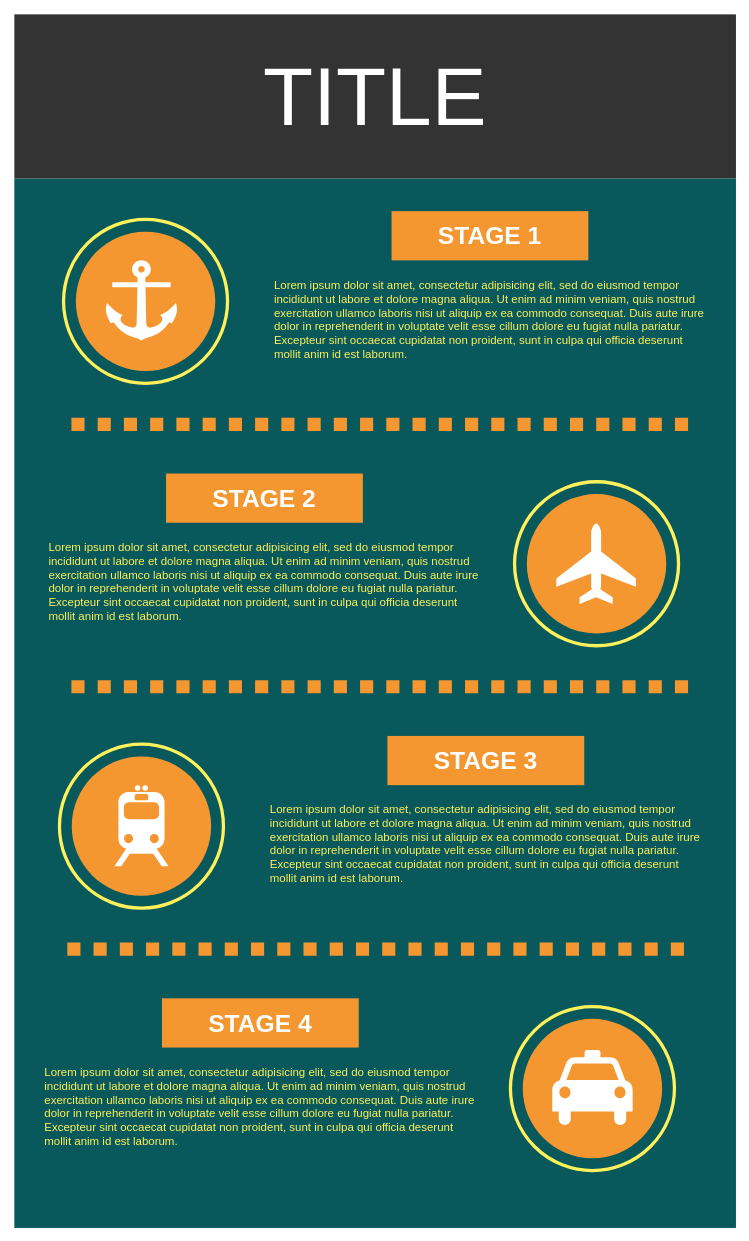
Before: Untitled Diagram.drawio in Geezt435/DrawIO, a draw.io diagram. Source tidied: cells renumbered, new cells numbered last; positions are measured from the earlier drawing's top-left corner, leaving out a move shared by most shapes. Both pictures are drawn from the tidied source at 82%, with x=0, y=0 at pixel (14, 14).
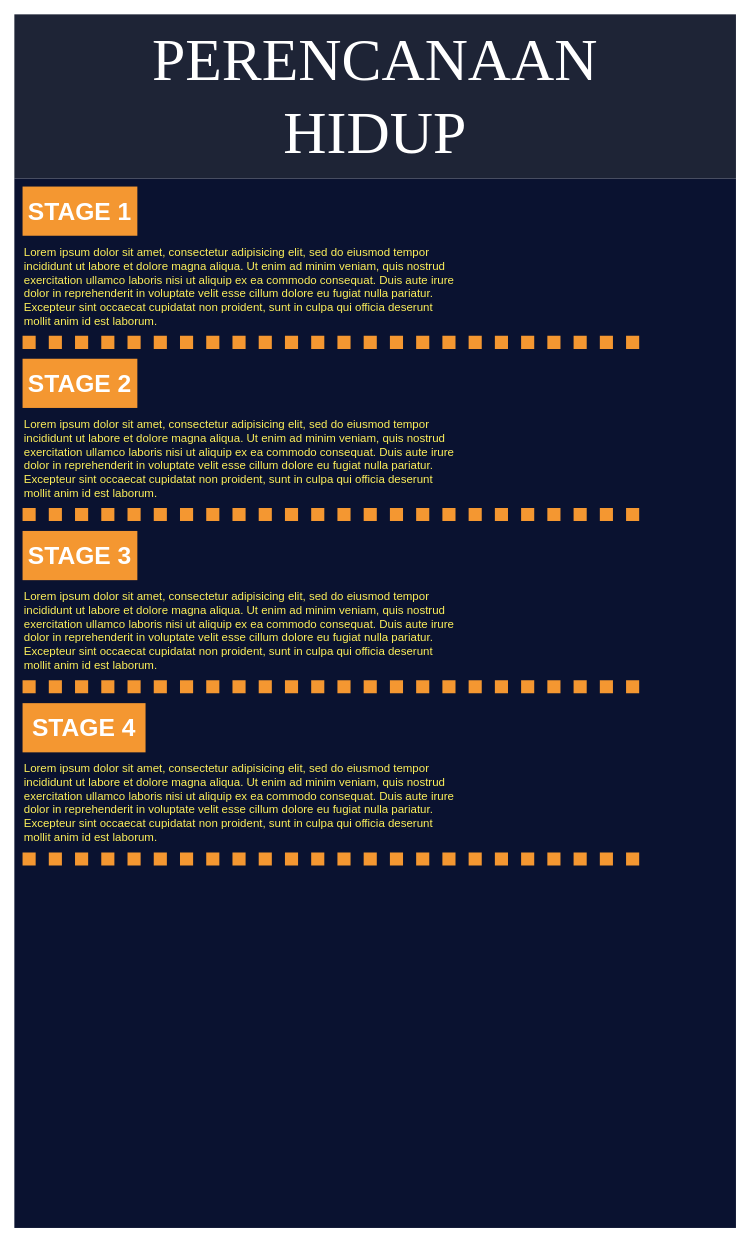
Above is the later version.

Diff of the diagram source:
```diff
@@
-    <mxCell id="2" style="whiteSpace=wrap;html=1;rounded=0;shadow=0;dashed=0;strokeColor=none;strokeWidth=4;fillColor=#08585C;gradientColor=none;fontFamily=Helvetica;fontSize=100;fontColor=#FFFFFF;align=center;" parent="1" vertex="1">
+    <mxCell id="2" style="whiteSpace=wrap;html=1;rounded=0;shadow=0;dashed=0;strokeColor=none;strokeWidth=4;fillColor=#0A1230;gradientColor=none;fontFamily=Helvetica;fontSize=100;fontColor=#FFFFFF;align=center;" parent="1" vertex="1">
       <mxGeometry y="200" width="880" height="1280" as="geometry" />
     </mxCell>
-    <mxCell id="3" value="TITLE" style="whiteSpace=wrap;html=1;rounded=0;shadow=0;dashed=0;strokeColor=none;strokeWidth=4;fillColor=#333333;gradientColor=none;fontFamily=Helvetica;fontSize=100;fontColor=#FFFFFF;align=center;" parent="1" vertex="1">
+    <mxCell id="3" value="PERENCANAAN&lt;br style=&quot;font-size: 73px;&quot;&gt;HIDUP" style="whiteSpace=wrap;html=1;rounded=0;shadow=0;dashed=0;strokeColor=none;strokeWidth=4;fillColor=#1E2436;gradientColor=none;fontFamily=Times New Roman;fontSize=73;fontColor=#FFFFFF;align=center;fontStyle=0;labelBackgroundColor=none;labelBorderColor=none;" parent="1" vertex="1">
       <mxGeometry width="880" height="200" as="geometry" />
     </mxCell>
-    <mxCell id="4" style="ellipse;whiteSpace=wrap;html=1;rounded=0;shadow=0;dashed=0;strokeColor=#FEF15B;strokeWidth=4;fillColor=none;gradientColor=none;fontFamily=Helvetica;fontSize=100;fontColor=#FFFFFF;align=center;" parent="1" vertex="1">
-      <mxGeometry x="60" y="250" width="200" height="200" as="geometry" />
-    </mxCell>
-    <mxCell id="5" style="ellipse;whiteSpace=wrap;html=1;rounded=0;shadow=0;dashed=0;strokeColor=none;strokeWidth=4;fillColor=#F49731;gradientColor=none;fontFamily=Helvetica;fontSize=100;fontColor=#FFFFFF;align=center;" parent="1" vertex="1">
-      <mxGeometry x="75" y="265" width="170" height="170" as="geometry" />
-    </mxCell>
     <mxCell id="6" style="endArrow=none;html=1;dashed=1;dashPattern=1 1;labelBackgroundColor=none;strokeColor=#F49731;fontFamily=Helvetica;fontSize=100;fontColor=#FFFFFF;strokeWidth=16;" parent="1" edge="1">
       <mxGeometry relative="1" as="geometry">
-        <mxPoint x="69.6" y="500" as="sourcePoint" />
-        <mxPoint x="829" y="500" as="targetPoint" />
+        <mxPoint x="10" y="400" as="sourcePoint" />
+        <mxPoint x="769.4" y="400" as="targetPoint" />
       </mxGeometry>
     </mxCell>
     <mxCell id="7" value="STAGE 1" style="whiteSpace=wrap;html=1;rounded=0;shadow=0;dashed=0;strokeColor=none;strokeWidth=4;fillColor=#F49731;gradientColor=none;fontFamily=Helvetica;fontSize=30;fontColor=#FFFFFF;align=center;fontStyle=1;" parent="1" vertex="1">
-      <mxGeometry x="460" y="240" width="240" height="60" as="geometry" />
+      <mxGeometry x="10" y="210" width="140" height="60" as="geometry" />
     </mxCell>
     <mxCell id="8" value="Lorem ipsum dolor sit amet, consectetur adipisicing elit, sed do eiusmod tempor incididunt ut labore et dolore magna aliqua. Ut enim ad minim veniam, quis nostrud exercitation ullamco laboris nisi ut aliquip ex ea commodo consequat. Duis aute irure dolor in reprehenderit in voluptate velit esse cillum dolore eu fugiat nulla pariatur. Excepteur sint occaecat cupidatat non proident, sunt in culpa qui officia deserunt mollit anim id est laborum." style="text;spacingTop=-5;fillColor=#ffffff;whiteSpace=wrap;html=1;align=left;fontSize=14;fontFamily=Helvetica;fillColor=none;strokeColor=none;rounded=0;shadow=0;dashed=0;fontColor=#FEF15B;" parent="1" vertex="1">
-      <mxGeometry x="315" y="320" width="535" height="130" as="geometry" />
+      <mxGeometry x="10" y="280" width="535" height="130" as="geometry" />
     </mxCell>
-    <mxCell id="9" style="ellipse;whiteSpace=wrap;html=1;rounded=0;shadow=0;dashed=0;strokeColor=#FEF15B;strokeWidth=4;fillColor=none;gradientColor=none;fontFamily=Helvetica;fontSize=100;fontColor=#FFFFFF;align=center;" parent="1" vertex="1">
-      <mxGeometry x="610" y="570" width="200" height="200" as="geometry" />
-    </mxCell>
-    <mxCell id="10" style="ellipse;whiteSpace=wrap;html=1;rounded=0;shadow=0;dashed=0;strokeColor=none;strokeWidth=4;fillColor=#F49731;gradientColor=none;fontFamily=Helvetica;fontSize=100;fontColor=#FFFFFF;align=center;" parent="1" vertex="1">
-      <mxGeometry x="625" y="585" width="170" height="170" as="geometry" />
-    </mxCell>
     <mxCell id="11" style="endArrow=none;html=1;dashed=1;dashPattern=1 1;labelBackgroundColor=none;strokeColor=#F49731;fontFamily=Helvetica;fontSize=100;fontColor=#FFFFFF;strokeWidth=16;" parent="1" edge="1">
       <mxGeometry relative="1" as="geometry">
-        <mxPoint x="69.6" y="820" as="sourcePoint" />
-        <mxPoint x="829" y="820" as="targetPoint" />
+        <mxPoint x="10" y="610" as="sourcePoint" />
+        <mxPoint x="769.4" y="610" as="targetPoint" />
       </mxGeometry>
     </mxCell>
     <mxCell id="12" value="STAGE 2" style="whiteSpace=wrap;html=1;rounded=0;shadow=0;dashed=0;strokeColor=none;strokeWidth=4;fillColor=#F49731;gradientColor=none;fontFamily=Helvetica;fontSize=30;fontColor=#FFFFFF;align=center;fontStyle=1;" parent="1" vertex="1">
-      <mxGeometry x="185" y="560" width="240" height="60" as="geometry" />
+      <mxGeometry x="10" y="420" width="140" height="60" as="geometry" />
     </mxCell>
     <mxCell id="13" value="Lorem ipsum dolor sit amet, consectetur adipisicing elit, sed do eiusmod tempor incididunt ut labore et dolore magna aliqua. Ut enim ad minim veniam, quis nostrud exercitation ullamco laboris nisi ut aliquip ex ea commodo consequat. Duis aute irure dolor in reprehenderit in voluptate velit esse cillum dolore eu fugiat nulla pariatur. Excepteur sint occaecat cupidatat non proident, sunt in culpa qui officia deserunt mollit anim id est laborum." style="text;spacingTop=-5;fillColor=#ffffff;whiteSpace=wrap;html=1;align=left;fontSize=14;fontFamily=Helvetica;fillColor=none;strokeColor=none;rounded=0;shadow=0;dashed=0;fontColor=#FEF15B;" parent="1" vertex="1">
-      <mxGeometry x="40" y="640" width="535" height="130" as="geometry" />
+      <mxGeometry x="10" y="490" width="535" height="130" as="geometry" />
     </mxCell>
-    <mxCell id="14" style="ellipse;whiteSpace=wrap;html=1;rounded=0;shadow=0;dashed=0;strokeColor=#FEF15B;strokeWidth=4;fillColor=none;gradientColor=none;fontFamily=Helvetica;fontSize=100;fontColor=#FFFFFF;align=center;" parent="1" vertex="1">
-      <mxGeometry x="55" y="890" width="200" height="200" as="geometry" />
-    </mxCell>
-    <mxCell id="15" style="ellipse;whiteSpace=wrap;html=1;rounded=0;shadow=0;dashed=0;strokeColor=none;strokeWidth=4;fillColor=#F49731;gradientColor=none;fontFamily=Helvetica;fontSize=100;fontColor=#FFFFFF;align=center;" parent="1" vertex="1">
-      <mxGeometry x="70" y="905" width="170" height="170" as="geometry" />
-    </mxCell>
     <mxCell id="16" style="endArrow=none;html=1;dashed=1;dashPattern=1 1;labelBackgroundColor=none;strokeColor=#F49731;fontFamily=Helvetica;fontSize=100;fontColor=#FFFFFF;strokeWidth=16;" parent="1" edge="1">
       <mxGeometry relative="1" as="geometry">
-        <mxPoint x="64.6" y="1140" as="sourcePoint" />
-        <mxPoint x="824" y="1140" as="targetPoint" />
+        <mxPoint x="10" y="820" as="sourcePoint" />
+        <mxPoint x="769.4" y="820" as="targetPoint" />
       </mxGeometry>
     </mxCell>
     <mxCell id="17" value="STAGE 3" style="whiteSpace=wrap;html=1;rounded=0;shadow=0;dashed=0;strokeColor=none;strokeWidth=4;fillColor=#F49731;gradientColor=none;fontFamily=Helvetica;fontSize=30;fontColor=#FFFFFF;align=center;fontStyle=1;" parent="1" vertex="1">
-      <mxGeometry x="455" y="880" width="240" height="60" as="geometry" />
+      <mxGeometry x="10" y="630" width="140" height="60" as="geometry" />
     </mxCell>
     <mxCell id="18" value="Lorem ipsum dolor sit amet, consectetur adipisicing elit, sed do eiusmod tempor incididunt ut labore et dolore magna aliqua. Ut enim ad minim veniam, quis nostrud exercitation ullamco laboris nisi ut aliquip ex ea commodo consequat. Duis aute irure dolor in reprehenderit in voluptate velit esse cillum dolore eu fugiat nulla pariatur. Excepteur sint occaecat cupidatat non proident, sunt in culpa qui officia deserunt mollit anim id est laborum." style="text;spacingTop=-5;fillColor=#ffffff;whiteSpace=wrap;html=1;align=left;fontSize=14;fontFamily=Helvetica;fillColor=none;strokeColor=none;rounded=0;shadow=0;dashed=0;fontColor=#FEF15B;" parent="1" vertex="1">
-      <mxGeometry x="310" y="960" width="535" height="130" as="geometry" />
+      <mxGeometry x="10" y="700" width="535" height="130" as="geometry" />
     </mxCell>
-    <mxCell id="19" style="ellipse;whiteSpace=wrap;html=1;rounded=0;shadow=0;dashed=0;strokeColor=#FEF15B;strokeWidth=4;fillColor=none;gradientColor=none;fontFamily=Helvetica;fontSize=100;fontColor=#FFFFFF;align=center;" parent="1" vertex="1">
-      <mxGeometry x="605" y="1210" width="200" height="200" as="geometry" />
-    </mxCell>
-    <mxCell id="20" style="ellipse;whiteSpace=wrap;html=1;rounded=0;shadow=0;dashed=0;strokeColor=none;strokeWidth=4;fillColor=#F49731;gradientColor=none;fontFamily=Helvetica;fontSize=100;fontColor=#FFFFFF;align=center;" parent="1" vertex="1">
-      <mxGeometry x="620" y="1225" width="170" height="170" as="geometry" />
-    </mxCell>
     <mxCell id="21" value="STAGE 4" style="whiteSpace=wrap;html=1;rounded=0;shadow=0;dashed=0;strokeColor=none;strokeWidth=4;fillColor=#F49731;gradientColor=none;fontFamily=Helvetica;fontSize=30;fontColor=#FFFFFF;align=center;fontStyle=1;" parent="1" vertex="1">
-      <mxGeometry x="180" y="1200" width="240" height="60" as="geometry" />
+      <mxGeometry x="10" y="840" width="150" height="60" as="geometry" />
     </mxCell>
     <mxCell id="22" value="Lorem ipsum dolor sit amet, consectetur adipisicing elit, sed do eiusmod tempor incididunt ut labore et dolore magna aliqua. Ut enim ad minim veniam, quis nostrud exercitation ullamco laboris nisi ut aliquip ex ea commodo consequat. Duis aute irure dolor in reprehenderit in voluptate velit esse cillum dolore eu fugiat nulla pariatur. Excepteur sint occaecat cupidatat non proident, sunt in culpa qui officia deserunt mollit anim id est laborum." style="text;spacingTop=-5;fillColor=#ffffff;whiteSpace=wrap;html=1;align=left;fontSize=14;fontFamily=Helvetica;fillColor=none;strokeColor=none;rounded=0;shadow=0;dashed=0;fontColor=#FEF15B;" parent="1" vertex="1">
-      <mxGeometry x="35" y="1280" width="535" height="130" as="geometry" />
+      <mxGeometry x="10" y="910" width="535" height="130" as="geometry" />
     </mxCell>
-    <mxCell id="23" style="shape=mxgraph.signs.transportation.anchor_2;html=1;fillColor=#FFFFFF;strokeColor=none;verticalLabelPosition=bottom;verticalAlign=top;align=center;rounded=0;shadow=0;dashed=0;fontFamily=Helvetica;fontSize=14;fontColor=#FEF15B;" parent="1" vertex="1">
-      <mxGeometry x="108" y="300" width="94" height="98" as="geometry" />
-    </mxCell>
-    <mxCell id="24" style="shape=mxgraph.signs.transportation.airplane_3;html=1;fillColor=#FFFFFF;strokeColor=none;verticalLabelPosition=bottom;verticalAlign=top;align=center;rounded=0;shadow=0;dashed=0;fontFamily=Helvetica;fontSize=14;fontColor=#FEF15B;" parent="1" vertex="1">
-      <mxGeometry x="661" y="621" width="97" height="98" as="geometry" />
-    </mxCell>
-    <mxCell id="25" style="shape=mxgraph.signs.transportation.train_2;html=1;fillColor=#FFFFFF;strokeColor=none;verticalLabelPosition=bottom;verticalAlign=top;align=center;rounded=0;shadow=0;dashed=0;fontFamily=Helvetica;fontSize=14;fontColor=#FEF15B;" parent="1" vertex="1">
-      <mxGeometry x="122" y="940" width="66" height="99" as="geometry" />
-    </mxCell>
-    <mxCell id="26" style="shape=mxgraph.signs.transportation.taxi;html=1;fillColor=#FFFFFF;strokeColor=none;verticalLabelPosition=bottom;verticalAlign=top;align=center;rounded=0;shadow=0;dashed=0;fontFamily=Helvetica;fontSize=14;fontColor=#FEF15B;" parent="1" vertex="1">
-      <mxGeometry x="656" y="1263" width="98" height="94" as="geometry" />
-    </mxCell>
+    <mxCell id="27" style="endArrow=none;html=1;dashed=1;dashPattern=1 1;labelBackgroundColor=none;strokeColor=#F49731;fontFamily=Helvetica;fontSize=100;fontColor=#FFFFFF;strokeWidth=16;" parent="1" edge="1">
+      <mxGeometry relative="1" as="geometry">
+        <mxPoint x="10" y="1030" as="sourcePoint" />
+        <mxPoint x="769.4" y="1030" as="targetPoint" />
+      </mxGeometry>
+    </mxCell>
```
